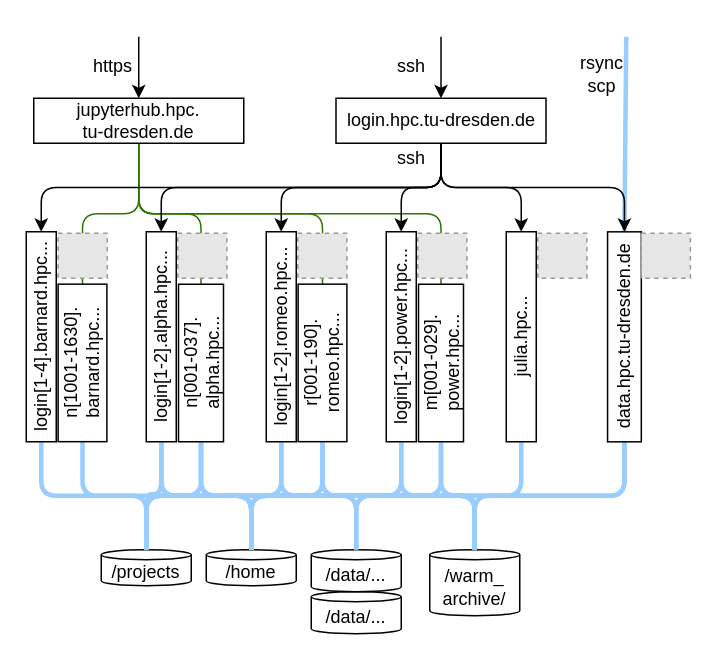
Above: doc.zih.tu-dresden.de/docs/jobs_and_resources/misc/architecture_2023.drawio in Servideska/HPC (draw.io), before the change. Source tidied: cells renumbered, new cells numbered last; positions are measured from the earlier drawing's top-left corner, leaving out a move shared by most shapes. Both pictures are drawn from the tidied source at 150%, with x=0, y=0 at pixel (-64, 36). Pictures stored in the file or linked from it are replaced by grey dashed boxes.
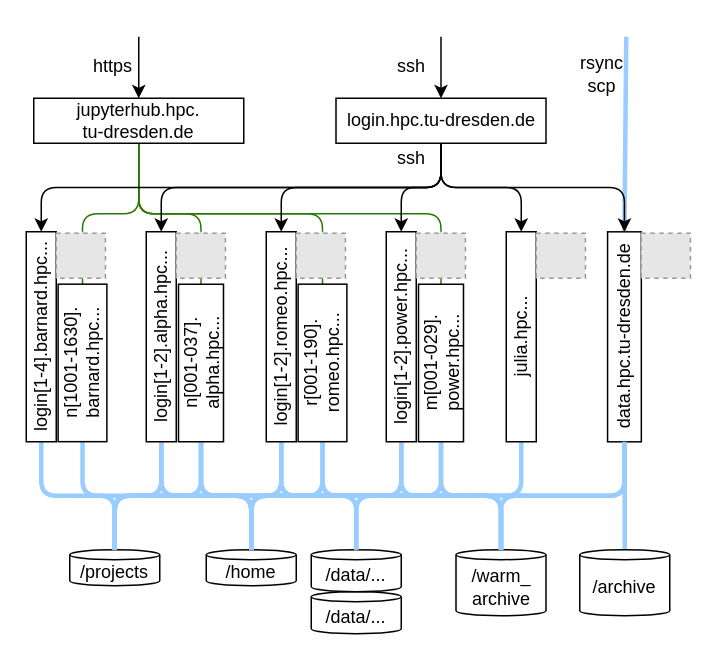
After the change.

Commit message (it also covers changes not shown here):
neues bildchen

The change refers to these unchanged cells:
```xml
<mxCell id="22" value="data.hpc.tu-dresden.de" style="rounded=0;whiteSpace=wrap;html=1;rotation=-90;" parent="1" vertex="1">
  <mxGeometry x="388.8" y="188.8" width="140" height="22.5" as="geometry" />
</mxCell>
<mxCell id="29" value="login[1-2].alpha.hpc..." style="rounded=0;whiteSpace=wrap;html=1;rotation=-90;" parent="1" vertex="1">
  <mxGeometry x="80" y="190" width="140" height="20" as="geometry" />
</mxCell>
```

Diff of the diagram source:
```diff
@@
     <mxCell id="16" value="/projects" style="shape=cylinder3;whiteSpace=wrap;html=1;boundedLbl=1;backgroundOutline=1;size=3.3103448275862206;" parent="1" vertex="1">
-      <mxGeometry x="110" y="342" width="60" height="24" as="geometry" />
+      <mxGeometry x="89" y="342" width="60" height="24" as="geometry" />
     </mxCell>
@@
-    <mxCell id="19" value="/warm_&lt;br&gt;archive/" style="shape=cylinder3;whiteSpace=wrap;html=1;boundedLbl=1;backgroundOutline=1;size=3.3103448275862206;" parent="1" vertex="1">
-      <mxGeometry x="329" y="342" width="60" height="44" as="geometry" />
+    <mxCell id="19" value="/warm_&lt;br&gt;archive" style="shape=cylinder3;whiteSpace=wrap;html=1;boundedLbl=1;backgroundOutline=1;size=3.3103448275862206;" parent="1" vertex="1">
+      <mxGeometry x="346.5" y="342" width="60" height="44" as="geometry" />
     </mxCell>
@@
-    <mxCell id="21" style="edgeStyle=orthogonalEdgeStyle;rounded=1;jettySize=auto;html=1;exitX=0;exitY=0.5;exitDx=0;exitDy=0;strokeWidth=3;endArrow=none;endFill=0;strokeColor=#99CCFF;" parent="1" edge="1" source="22" target="19">
+    <mxCell id="21" style="edgeStyle=orthogonalEdgeStyle;rounded=1;jettySize=auto;html=1;strokeWidth=3;endArrow=none;endFill=0;strokeColor=#99CCFF;exitX=0;exitY=0.5;exitDx=0;exitDy=0;" parent="1" edge="1" source="22" target="19">
       <mxGeometry relative="1" as="geometry" />
     </mxCell>
@@
-    <mxCell id="23" style="fillColor=#E6E6E6;strokeColor=#999999;dashed=1;verticalLabelPosition=bottom;labelBackgroundColor=default;verticalAlign=top;" parent="1" vertex="1">
-      <mxGeometry x="81.2" y="131" width="32.8" height="30" as="geometry" />
-    </mxCell>
@@
-    <mxCell id="28" style="edgeStyle=orthogonalEdgeStyle;rounded=1;jettySize=auto;html=1;exitX=0;exitY=0.5;exitDx=0;exitDy=0;strokeColor=#99CCFF;strokeWidth=3;startArrow=none;startFill=0;endArrow=none;endFill=0;" parent="1" edge="1" source="29">
-      <mxGeometry relative="1" as="geometry">
-        <mxPoint x="140" y="340" as="targetPoint" />
-      </mxGeometry>
+    <mxCell id="28" style="edgeStyle=orthogonalEdgeStyle;rounded=1;jettySize=auto;html=1;exitX=0;exitY=0.5;exitDx=0;exitDy=0;strokeColor=#99CCFF;strokeWidth=3;startArrow=none;startFill=0;endArrow=none;endFill=0;" parent="1" edge="1" source="29" target="16">
+      <mxGeometry relative="1" as="geometry" />
     </mxCell>
@@
-    <mxCell id="38" style="fillColor=#E6E6E6;strokeColor=#999999;dashed=1;verticalLabelPosition=bottom;labelBackgroundColor=default;verticalAlign=top;" parent="1" vertex="1">
-      <mxGeometry x="161" y="131" width="32.8" height="30" as="geometry" />
-    </mxCell>
-    <mxCell id="39" style="fillColor=#E6E6E6;strokeColor=#999999;dashed=1;verticalLabelPosition=bottom;labelBackgroundColor=default;verticalAlign=top;" parent="1" vertex="1">
-      <mxGeometry x="241" y="131" width="32.8" height="30" as="geometry" />
-    </mxCell>
-    <mxCell id="40" style="fillColor=#E6E6E6;strokeColor=#999999;dashed=1;verticalLabelPosition=bottom;labelBackgroundColor=default;verticalAlign=top;" parent="1" vertex="1">
-      <mxGeometry x="321" y="131" width="32.8" height="30" as="geometry" />
-    </mxCell>
-    <mxCell id="41" style="fillColor=#E6E6E6;strokeColor=#999999;dashed=1;verticalLabelPosition=bottom;labelBackgroundColor=default;verticalAlign=top;" parent="1" vertex="1">
-      <mxGeometry x="401" y="131" width="32.8" height="30" as="geometry" />
-    </mxCell>
-    <mxCell id="42" style="fillColor=#E6E6E6;strokeColor=#999999;dashed=1;verticalLabelPosition=bottom;labelBackgroundColor=default;verticalAlign=top;" parent="1" vertex="1">
-      <mxGeometry x="470" y="131" width="32.8" height="30" as="geometry" />
-    </mxCell>
@@
+    <mxCell id="61" style="group;" parent="1" vertex="1">
+      <mxGeometry x="160" y="130" width="33" height="31" as="geometry" />
+    </mxCell>
+    <mxCell id="62" style="rounded=0;whiteSpace=wrap;html=1;opacity=70;strokeColor=none;" parent="61" vertex="1">
+      <mxGeometry width="33" height="31" as="geometry" />
+    </mxCell>
+    <mxCell id="63" style="fillColor=#E6E6E6;strokeColor=#999999;dashed=1;" parent="61" vertex="1">
+      <mxGeometry y="1" width="32.8" height="30" as="geometry" />
+    </mxCell>
+    <mxCell id="64" style="group;" parent="1" vertex="1">
+      <mxGeometry x="240" y="130" width="33" height="31" as="geometry" />
+    </mxCell>
+    <mxCell id="65" style="rounded=0;whiteSpace=wrap;html=1;opacity=70;strokeColor=none;" parent="64" vertex="1">
+      <mxGeometry width="33" height="31" as="geometry" />
+    </mxCell>
+    <mxCell id="66" style="fillColor=#E6E6E6;strokeColor=#999999;dashed=1;" parent="64" vertex="1">
+      <mxGeometry y="1" width="32.8" height="30" as="geometry" />
+    </mxCell>
+    <mxCell id="67" style="group;" parent="1" vertex="1">
+      <mxGeometry x="80" y="130" width="33" height="31" as="geometry" />
+    </mxCell>
+    <mxCell id="68" style="rounded=0;whiteSpace=wrap;html=1;opacity=70;strokeColor=none;" parent="67" vertex="1">
+      <mxGeometry width="33" height="31" as="geometry" />
+    </mxCell>
+    <mxCell id="69" style="fillColor=#E6E6E6;strokeColor=#999999;dashed=1;" parent="67" vertex="1">
+      <mxGeometry y="1" width="32.8" height="30" as="geometry" />
+    </mxCell>
+    <mxCell id="70" style="group;" parent="1" vertex="1">
+      <mxGeometry x="320" y="130" width="33" height="31" as="geometry" />
+    </mxCell>
+    <mxCell id="71" style="rounded=0;whiteSpace=wrap;html=1;opacity=70;strokeColor=none;" parent="70" vertex="1">
+      <mxGeometry width="33" height="31" as="geometry" />
+    </mxCell>
+    <mxCell id="72" style="fillColor=#E6E6E6;strokeColor=#999999;dashed=1;" parent="70" vertex="1">
+      <mxGeometry y="1" width="32.8" height="30" as="geometry" />
+    </mxCell>
+    <mxCell id="73" style="group;" parent="1" vertex="1">
+      <mxGeometry x="400" y="130" width="33" height="31" as="geometry" />
+    </mxCell>
+    <mxCell id="74" style="rounded=0;whiteSpace=wrap;html=1;opacity=70;strokeColor=none;" parent="73" vertex="1">
+      <mxGeometry width="33" height="31" as="geometry" />
+    </mxCell>
+    <mxCell id="75" style="fillColor=#E6E6E6;strokeColor=#999999;dashed=1;" parent="73" vertex="1">
+      <mxGeometry y="1" width="32.8" height="30" as="geometry" />
+    </mxCell>
+    <mxCell id="76" style="group;" parent="1" vertex="1">
+      <mxGeometry x="470" y="130" width="33" height="31" as="geometry" />
+    </mxCell>
+    <mxCell id="77" style="rounded=0;whiteSpace=wrap;html=1;opacity=70;strokeColor=none;" parent="76" vertex="1">
+      <mxGeometry width="33" height="31" as="geometry" />
+    </mxCell>
+    <mxCell id="78" style="fillColor=#E6E6E6;strokeColor=#999999;dashed=1;" parent="76" vertex="1">
+      <mxGeometry y="1" width="32.8" height="30" as="geometry" />
+    </mxCell>
+    <mxCell id="79" style="edgeStyle=orthogonalEdgeStyle;rounded=1;jettySize=auto;html=1;exitX=0.5;exitY=0;exitDx=0;exitDy=0;exitPerimeter=0;entryX=0;entryY=0.5;entryDx=0;entryDy=0;strokeColor=#99ccff;strokeWidth=3;endArrow=none;endFill=0;" parent="1" edge="1" source="80" target="22">
+      <mxGeometry relative="1" as="geometry" />
+    </mxCell>
+    <mxCell id="80" value="/archive" style="shape=cylinder3;whiteSpace=wrap;html=1;boundedLbl=1;backgroundOutline=1;size=3.3103448275862206;" parent="1" vertex="1">
+      <mxGeometry x="429" y="342" width="60" height="44" as="geometry" />
+    </mxCell>
```
